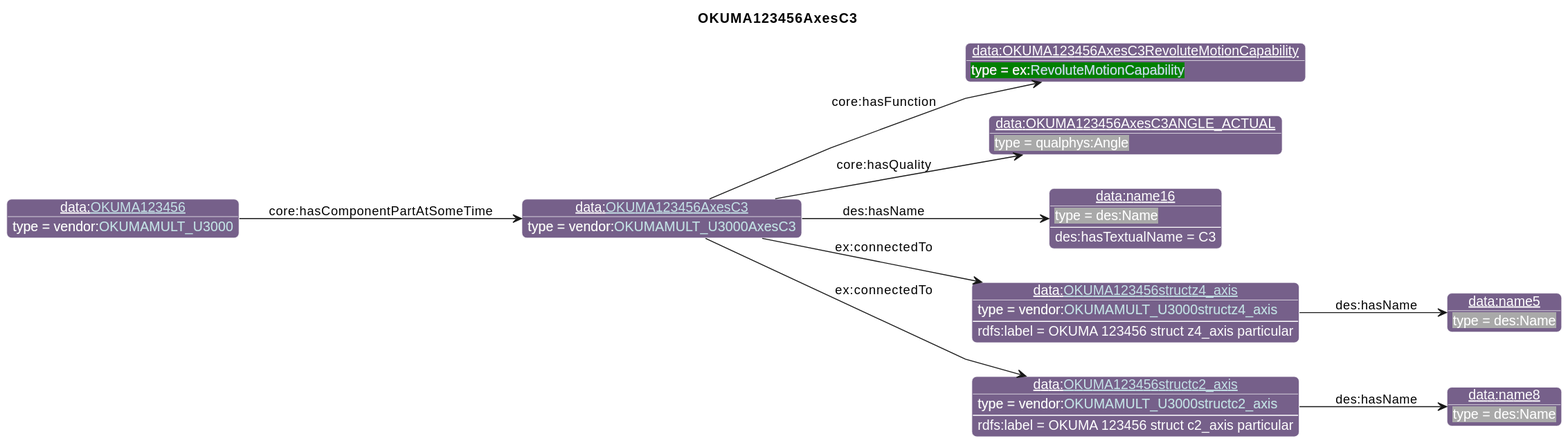
iofoundry/example-syseng-mtconnect keeps this PlantUML diagram as diagrams/OKUMA123456AxesC3.svg. Above is the earlier version.
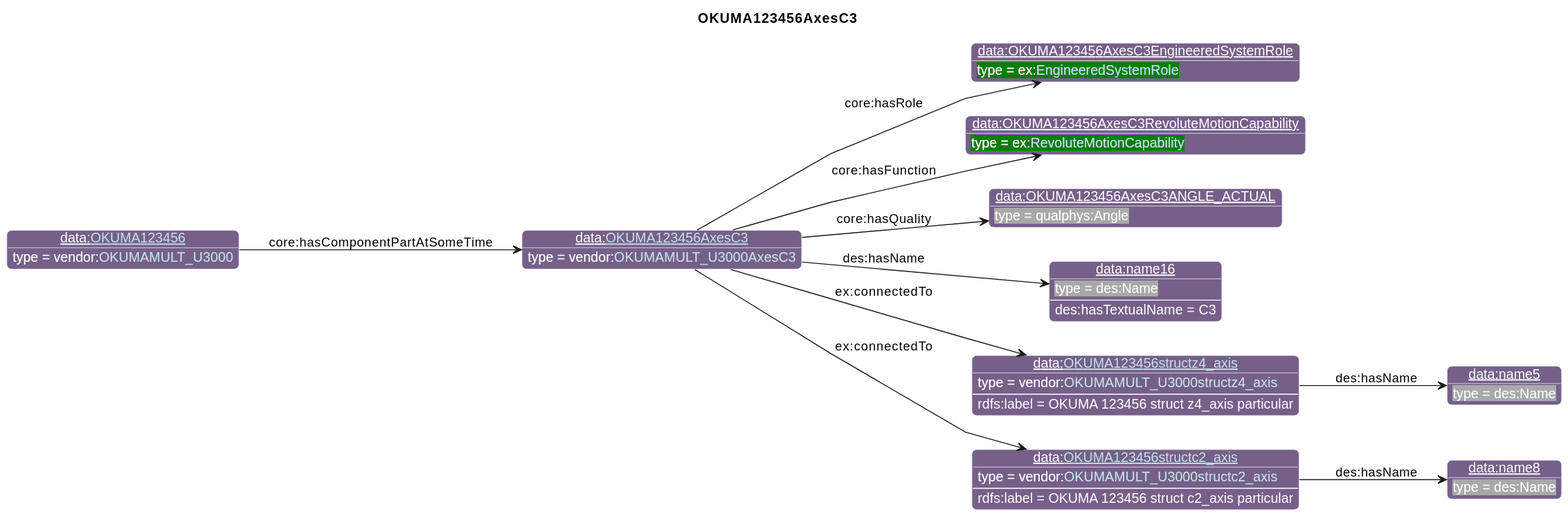
The same file after the commit.

Change to the diagram source:
```diff
@@ -26,23 +26,25 @@
                       "qp":"641B2E"
       }
 individual(o0, data:[[./OKUMA123456AxesC3.html OKUMA123456AxesC3]], vendor:[[../OKUMA.html#OKUMAMULT_U3000AxesC3 OKUMAMULT_U3000AxesC3]])
-individual(o1, data:OKUMA123456AxesC3RevoluteMotionCapability, ex:[[../Example.html#RevoluteMotionCapability RevoluteMotionCapability]])
-individual(o2, data:OKUMA123456AxesC3ANGLE_ACTUAL, qualphys:Angle)
-individual(o3, data:name16, des:Name)
-individual(o4, data:[[./OKUMA123456structz4_axis.html OKUMA123456structz4_axis]], vendor:[[../OKUMA.html#OKUMAMULT_U3000structz4_axis OKUMAMULT_U3000structz4_axis]])
-individual(o5, data:name5, des:Name)
-individual(o6, data:[[./OKUMA123456structc2_axis.html OKUMA123456structc2_axis]], vendor:[[../OKUMA.html#OKUMAMULT_U3000structc2_axis OKUMAMULT_U3000structc2_axis]])
-individual(o7, data:name8, des:Name)
-individual(o8, data:[[./OKUMA123456.html OKUMA123456]], vendor:[[../OKUMA.html#OKUMAMULT_U3000 OKUMAMULT_U3000]])
-property(o0, "core:hasFunction", o1)
-property(o0, "core:hasQuality", o2)
-property(o0, "des:hasName", o3)
-data(o3, "des:hasTextualName", "C3")
-property(o0, "ex:connectedTo", o4)
-data(o4, "rdfs:label", "OKUMA 123456 struct z4_axis particular")
-property(o4, "des:hasName", o5)
-property(o0, "ex:connectedTo", o6)
-data(o6, "rdfs:label", "OKUMA 123456 struct c2_axis particular")
-property(o6, "des:hasName", o7)
-property(o8, "core:hasComponentPartAtSomeTime", o0)
+individual(o1, data:OKUMA123456AxesC3EngineeredSystemRole, ex:[[../Example.html#EngineeredSystemRole EngineeredSystemRole]])
+individual(o2, data:OKUMA123456AxesC3RevoluteMotionCapability, ex:[[../Example.html#RevoluteMotionCapability RevoluteMotionCapability]])
+individual(o3, data:OKUMA123456AxesC3ANGLE_ACTUAL, qualphys:Angle)
+individual(o4, data:name16, des:Name)
+individual(o5, data:[[./OKUMA123456structz4_axis.html OKUMA123456structz4_axis]], vendor:[[../OKUMA.html#OKUMAMULT_U3000structz4_axis OKUMAMULT_U3000structz4_axis]])
+individual(o6, data:name5, des:Name)
+individual(o7, data:[[./OKUMA123456structc2_axis.html OKUMA123456structc2_axis]], vendor:[[../OKUMA.html#OKUMAMULT_U3000structc2_axis OKUMAMULT_U3000structc2_axis]])
+individual(o8, data:name8, des:Name)
+individual(o9, data:[[./OKUMA123456.html OKUMA123456]], vendor:[[../OKUMA.html#OKUMAMULT_U3000 OKUMAMULT_U3000]])
+property(o0, "core:hasRole", o1)
+property(o0, "core:hasFunction", o2)
+property(o0, "core:hasQuality", o3)
+property(o0, "des:hasName", o4)
+data(o4, "des:hasTextualName", "C3")
+property(o0, "ex:connectedTo", o5)
+data(o5, "rdfs:label", "OKUMA 123456 struct z4_axis particular")
+property(o5, "des:hasName", o6)
+property(o0, "ex:connectedTo", o7)
+data(o7, "rdfs:label", "OKUMA 123456 struct c2_axis particular")
+property(o7, "des:hasName", o8)
+property(o9, "core:hasComponentPartAtSomeTime", o0)
 @enduml
```
